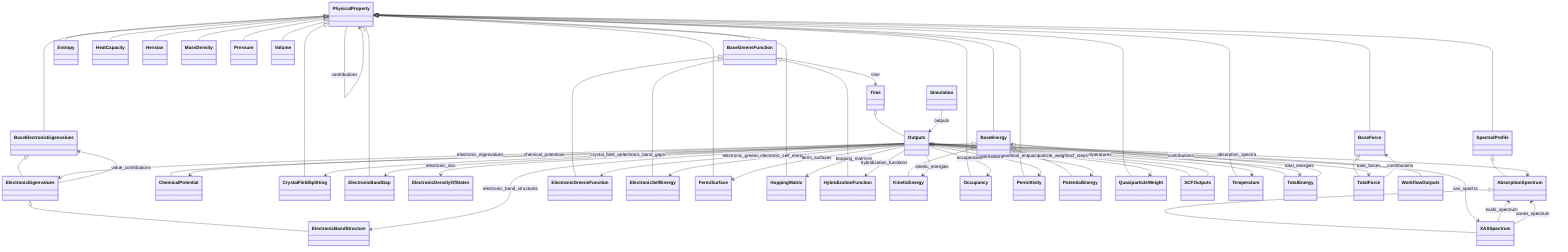
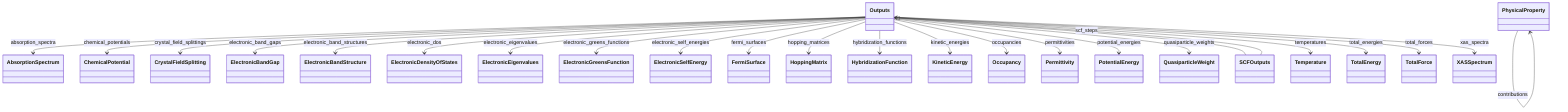
classDiagram
    class AbsorptionSpectrum
-     class BaseElectronicEigenvalues
-     class BaseEnergy
-     class BaseForce
-     class BaseGreensFunction
    class ChemicalPotential
    class CrystalFieldSplitting
    class ElectronicBandGap
    class ElectronicBandStructure
    class ElectronicDensityOfStates
    class ElectronicEigenvalues
    class ElectronicGreensFunction
    class ElectronicSelfEnergy
-     class Entropy
    class FermiSurface
-     class HeatCapacity
-     class Hessian
    class HoppingMatrix
    class HybridizationFunction
    class KineticEnergy
-     class MassDensity
    class Occupancy
    class Outputs
    class Permittivity
    class PhysicalProperty
    class PotentialEnergy
-     class Pressure
    class QuasiparticleWeight
    class SCFOutputs
-     class Simulation
-     class SpectralProfile
    class Temperature
-     class Time
    class TotalEnergy
    class TotalForce
-     class Volume
-     class WorkflowOutputs
    class XASSpectrum
-     SpectralProfile <|-- AbsorptionSpectrum
-     PhysicalProperty <|-- BaseElectronicEigenvalues
-     PhysicalProperty <|-- BaseEnergy
-     PhysicalProperty <|-- BaseForce
-     PhysicalProperty <|-- BaseGreensFunction
-     BaseEnergy <|-- ChemicalPotential
-     PhysicalProperty <|-- CrystalFieldSplitting
-     PhysicalProperty <|-- ElectronicBandGap
-     ElectronicEigenvalues <|-- ElectronicBandStructure
-     BaseElectronicEigenvalues <|-- ElectronicEigenvalues
-     BaseGreensFunction <|-- ElectronicGreensFunction
-     BaseGreensFunction <|-- ElectronicSelfEnergy
-     PhysicalProperty <|-- Entropy
-     PhysicalProperty <|-- FermiSurface
-     PhysicalProperty <|-- HeatCapacity
-     PhysicalProperty <|-- Hessian
-     PhysicalProperty <|-- HoppingMatrix
-     BaseGreensFunction <|-- HybridizationFunction
-     BaseEnergy <|-- KineticEnergy
-     PhysicalProperty <|-- MassDensity
-     PhysicalProperty <|-- Occupancy
-     Time <|-- Outputs
-     PhysicalProperty <|-- Permittivity
-     BaseEnergy <|-- PotentialEnergy
-     PhysicalProperty <|-- Pressure
-     PhysicalProperty <|-- QuasiparticleWeight
    Outputs <|-- SCFOutputs
-     PhysicalProperty <|-- SpectralProfile
-     PhysicalProperty <|-- Temperature
-     BaseEnergy <|-- TotalEnergy
-     BaseForce <|-- TotalForce
-     PhysicalProperty <|-- Volume
-     Outputs <|-- WorkflowOutputs
-     AbsorptionSpectrum <|-- XASSpectrum
-     BaseGreensFunction --> Time : time
-     ElectronicEigenvalues --> BaseElectronicEigenvalues : value_contributions
    Outputs --> AbsorptionSpectrum : absorption_spectra
    Outputs --> ChemicalPotential : chemical_potentials
    Outputs --> CrystalFieldSplitting : crystal_field_splittings
    Outputs --> ElectronicBandGap : electronic_band_gaps
    Outputs --> ElectronicBandStructure : electronic_band_structures
    Outputs --> ElectronicDensityOfStates : electronic_dos
    Outputs --> ElectronicEigenvalues : electronic_eigenvalues
    Outputs --> ElectronicGreensFunction : electronic_greens_functions
    Outputs --> ElectronicSelfEnergy : electronic_self_energies
    Outputs --> FermiSurface : fermi_surfaces
    Outputs --> HoppingMatrix : hopping_matrices
    Outputs --> HybridizationFunction : hybridization_functions
    Outputs --> KineticEnergy : kinetic_energies
    Outputs --> Occupancy : occupancies
    Outputs --> Permittivity : permittivities
    Outputs --> PotentialEnergy : potential_energies
    Outputs --> QuasiparticleWeight : quasiparticle_weights
    Outputs --> Temperature : temperatures
    Outputs --> TotalEnergy : total_energies
    Outputs --> TotalForce : total_forces
    Outputs --> XASSpectrum : xas_spectra
    PhysicalProperty --> PhysicalProperty : contributions
    SCFOutputs --> Outputs : scf_steps
-     Simulation --> Outputs : outputs
-     TotalEnergy --> BaseEnergy : contributions
-     TotalForce --> BaseForce : contributions
-     XASSpectrum --> AbsorptionSpectrum : exafs_spectrum
-     XASSpectrum --> AbsorptionSpectrum : xanes_spectrum
